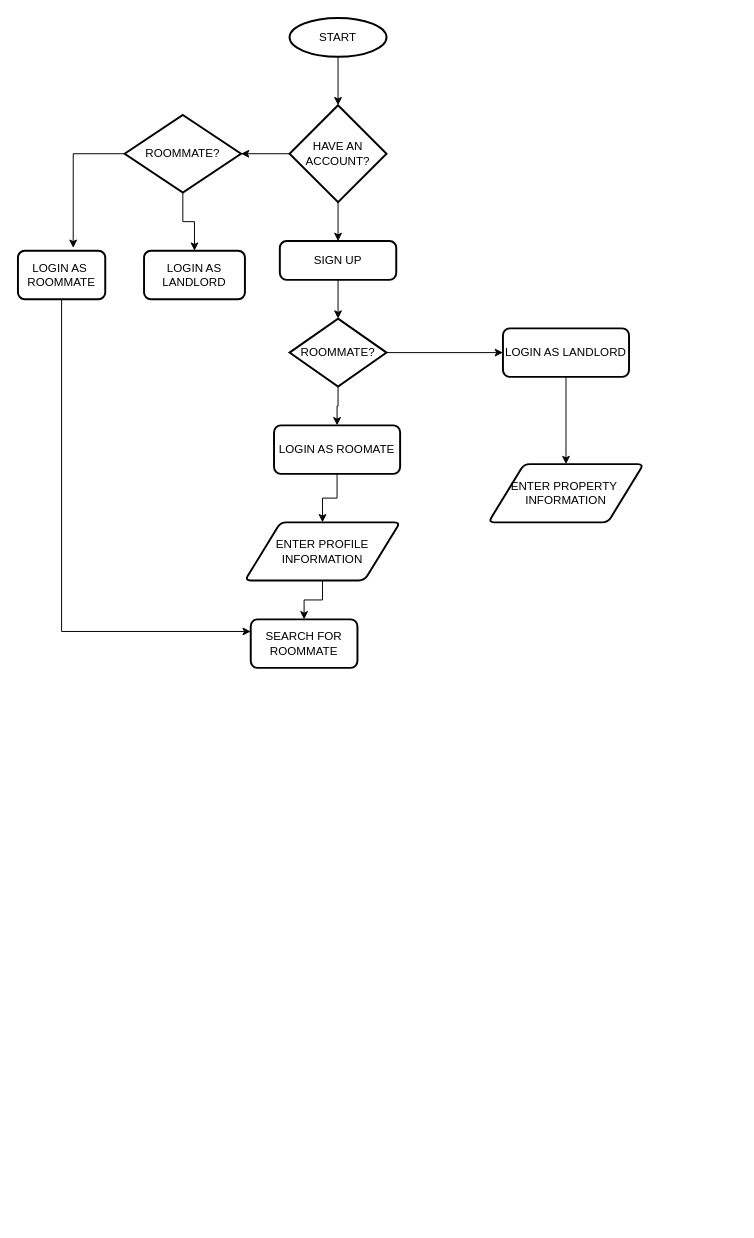
Before: Final Flowchart.drawio in Wainainajoyce/Software-dev, a draw.io diagram. Source tidied: cells renumbered, new cells numbered last; positions are measured from the earlier drawing's top-left corner, leaving out a move shared by most shapes. Both pictures are drawn from the tidied source at 97%, with x=0, y=0 at pixel (17, 17).
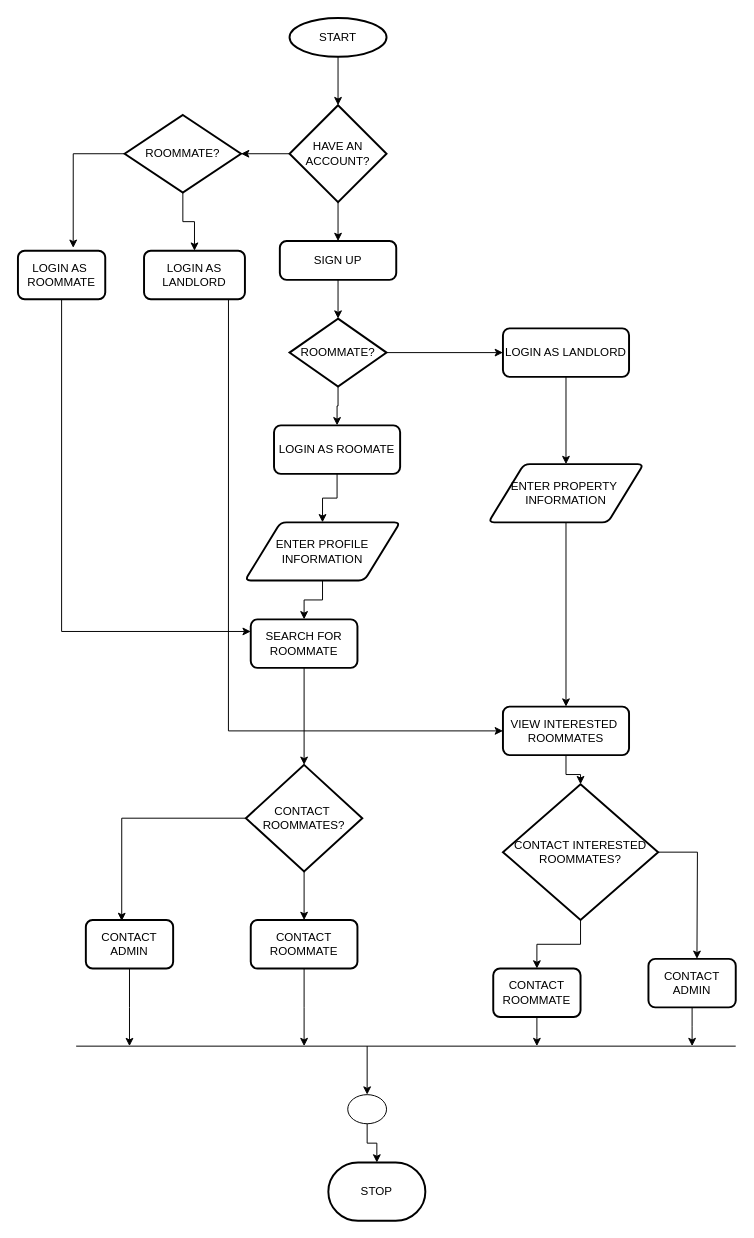
The same diagram, later.

Unchanged cells that the change refers to:
```xml
<mxCell id="18" value="ENTER PROPERTY&amp;nbsp;&lt;br&gt;INFORMATION" style="shape=parallelogram;html=1;strokeWidth=2;perimeter=parallelogramPerimeter;whiteSpace=wrap;rounded=1;arcSize=12;size=0.23;" parent="1" vertex="1">
  <mxGeometry x="485" y="460" width="160" height="60" as="geometry" />
</mxCell>
<mxCell id="22" value="LOGIN AS &lt;br&gt;LANDLORD" style="rounded=1;whiteSpace=wrap;html=1;absoluteArcSize=1;arcSize=14;strokeWidth=2;" parent="1" vertex="1">
  <mxGeometry x="130" y="240" width="104" height="50" as="geometry" />
</mxCell>
<mxCell id="25" value="SEARCH FOR ROOMMATE" style="rounded=1;whiteSpace=wrap;html=1;absoluteArcSize=1;arcSize=14;strokeWidth=2;" parent="1" vertex="1">
  <mxGeometry x="240" y="620" width="110" height="50" as="geometry" />
</mxCell>
```

Diff of the diagram source:
```diff
@@
+    <mxCell id="26" style="edgeStyle=orthogonalEdgeStyle;rounded=0;jettySize=auto;html=1;entryX=0.5;entryY=0;entryDx=0;entryDy=0;" parent="1" edge="1" source="18" target="30">
+      <mxGeometry relative="1" as="geometry" />
+    </mxCell>
@@
+    <mxCell id="27" style="edgeStyle=orthogonalEdgeStyle;rounded=0;jettySize=auto;html=1;exitX=0.837;exitY=0.98;exitDx=0;exitDy=0;entryX=0;entryY=0.5;entryDx=0;entryDy=0;exitPerimeter=0;" parent="1" edge="1" source="22" target="30">
+      <mxGeometry relative="1" as="geometry" />
+    </mxCell>
@@
+    <mxCell id="28" style="edgeStyle=orthogonalEdgeStyle;rounded=0;jettySize=auto;html=1;" parent="1" edge="1" source="25" target="36">
+      <mxGeometry relative="1" as="geometry" />
+    </mxCell>
@@
+    <mxCell id="29" style="edgeStyle=orthogonalEdgeStyle;rounded=0;jettySize=auto;html=1;" parent="1" edge="1" source="30" target="33">
+      <mxGeometry relative="1" as="geometry" />
+    </mxCell>
+    <mxCell id="30" value="VIEW INTERESTED&amp;nbsp;&lt;br&gt;ROOMMATES" style="rounded=1;whiteSpace=wrap;html=1;absoluteArcSize=1;arcSize=14;strokeWidth=2;" parent="1" vertex="1">
+      <mxGeometry x="500" y="710" width="130" height="50" as="geometry" />
+    </mxCell>
+    <mxCell id="31" style="edgeStyle=orthogonalEdgeStyle;rounded=0;jettySize=auto;html=1;" parent="1" edge="1" source="33" target="42">
+      <mxGeometry relative="1" as="geometry" />
+    </mxCell>
+    <mxCell id="32" style="edgeStyle=orthogonalEdgeStyle;rounded=0;jettySize=auto;html=1;" parent="1" edge="1" source="33">
+      <mxGeometry relative="1" as="geometry">
+        <mxPoint x="700" y="970" as="targetPoint" />
+      </mxGeometry>
+    </mxCell>
+    <mxCell id="33" value="CONTACT INTERESTED ROOMMATES?" style="strokeWidth=2;html=1;shape=mxgraph.flowchart.decision;whiteSpace=wrap;" parent="1" vertex="1">
+      <mxGeometry x="500" y="790" width="160" height="140" as="geometry" />
+    </mxCell>
+    <mxCell id="34" style="edgeStyle=orthogonalEdgeStyle;rounded=0;jettySize=auto;html=1;" parent="1" edge="1" source="36" target="38">
+      <mxGeometry relative="1" as="geometry" />
+    </mxCell>
+    <mxCell id="35" style="edgeStyle=orthogonalEdgeStyle;rounded=0;jettySize=auto;html=1;entryX=0.411;entryY=0.02;entryDx=0;entryDy=0;entryPerimeter=0;" parent="1" edge="1" source="36" target="40">
+      <mxGeometry relative="1" as="geometry" />
+    </mxCell>
+    <mxCell id="36" value="CONTACT&amp;nbsp; ROOMMATES?" style="strokeWidth=2;html=1;shape=mxgraph.flowchart.decision;whiteSpace=wrap;" parent="1" vertex="1">
+      <mxGeometry x="235" y="770" width="120" height="110" as="geometry" />
+    </mxCell>
+    <mxCell id="37" style="edgeStyle=orthogonalEdgeStyle;rounded=0;jettySize=auto;html=1;" parent="1" edge="1" source="38">
+      <mxGeometry relative="1" as="geometry">
+        <mxPoint x="295" y="1060" as="targetPoint" />
+      </mxGeometry>
+    </mxCell>
+    <mxCell id="38" value="CONTACT ROOMMATE" style="rounded=1;whiteSpace=wrap;html=1;absoluteArcSize=1;arcSize=14;strokeWidth=2;" parent="1" vertex="1">
+      <mxGeometry x="240" y="930" width="110" height="50" as="geometry" />
+    </mxCell>
+    <mxCell id="39" style="edgeStyle=orthogonalEdgeStyle;rounded=0;jettySize=auto;html=1;" parent="1" edge="1" source="40">
+      <mxGeometry relative="1" as="geometry">
+        <mxPoint x="115" y="1060" as="targetPoint" />
+      </mxGeometry>
+    </mxCell>
+    <mxCell id="40" value="CONTACT ADMIN" style="rounded=1;whiteSpace=wrap;html=1;absoluteArcSize=1;arcSize=14;strokeWidth=2;" parent="1" vertex="1">
+      <mxGeometry x="70" y="930" width="90" height="50" as="geometry" />
+    </mxCell>
+    <mxCell id="41" style="edgeStyle=orthogonalEdgeStyle;rounded=0;jettySize=auto;html=1;" parent="1" edge="1" source="42">
+      <mxGeometry relative="1" as="geometry">
+        <mxPoint x="535" y="1060" as="targetPoint" />
+      </mxGeometry>
+    </mxCell>
+    <mxCell id="42" value="CONTACT ROOMMATE" style="rounded=1;whiteSpace=wrap;html=1;absoluteArcSize=1;arcSize=14;strokeWidth=2;" parent="1" vertex="1">
+      <mxGeometry x="490" y="980" width="90" height="50" as="geometry" />
+    </mxCell>
+    <mxCell id="43" style="edgeStyle=orthogonalEdgeStyle;rounded=0;jettySize=auto;html=1;" parent="1" edge="1" source="44">
+      <mxGeometry relative="1" as="geometry">
+        <mxPoint x="695" y="1060" as="targetPoint" />
+      </mxGeometry>
+    </mxCell>
+    <mxCell id="44" value="CONTACT ADMIN" style="rounded=1;whiteSpace=wrap;html=1;absoluteArcSize=1;arcSize=14;strokeWidth=2;" parent="1" vertex="1">
+      <mxGeometry x="650" y="970" width="90" height="50" as="geometry" />
+    </mxCell>
+    <mxCell id="45" value="STOP" style="strokeWidth=2;html=1;shape=mxgraph.flowchart.terminator;whiteSpace=wrap;" parent="1" vertex="1">
+      <mxGeometry x="320" y="1180" width="100" height="60" as="geometry" />
+    </mxCell>
+    <mxCell id="46" style="edgeStyle=orthogonalEdgeStyle;rounded=0;jettySize=auto;html=1;" parent="1" edge="1" source="47" target="45">
+      <mxGeometry relative="1" as="geometry" />
+    </mxCell>
+    <mxCell id="47" style="verticalLabelPosition=bottom;verticalAlign=top;html=1;shape=mxgraph.flowchart.on-page_reference;" parent="1" vertex="1">
+      <mxGeometry x="340" y="1110" width="40" height="30" as="geometry" />
+    </mxCell>
+    <mxCell id="48" style="endArrow=none;html=1;rounded=0;" parent="1" edge="1">
+      <mxGeometry relative="1" as="geometry">
+        <mxPoint x="60" y="1060" as="sourcePoint" />
+        <mxPoint x="740" y="1060" as="targetPoint" />
+      </mxGeometry>
+    </mxCell>
+    <mxCell id="49" style="endArrow=classic;html=1;rounded=0;entryX=0.5;entryY=0;entryDx=0;entryDy=0;entryPerimeter=0;" parent="1" edge="1" target="47">
+      <mxGeometry relative="1" as="geometry">
+        <mxPoint x="360" y="1060" as="sourcePoint" />
+      </mxGeometry>
+    </mxCell>
```
